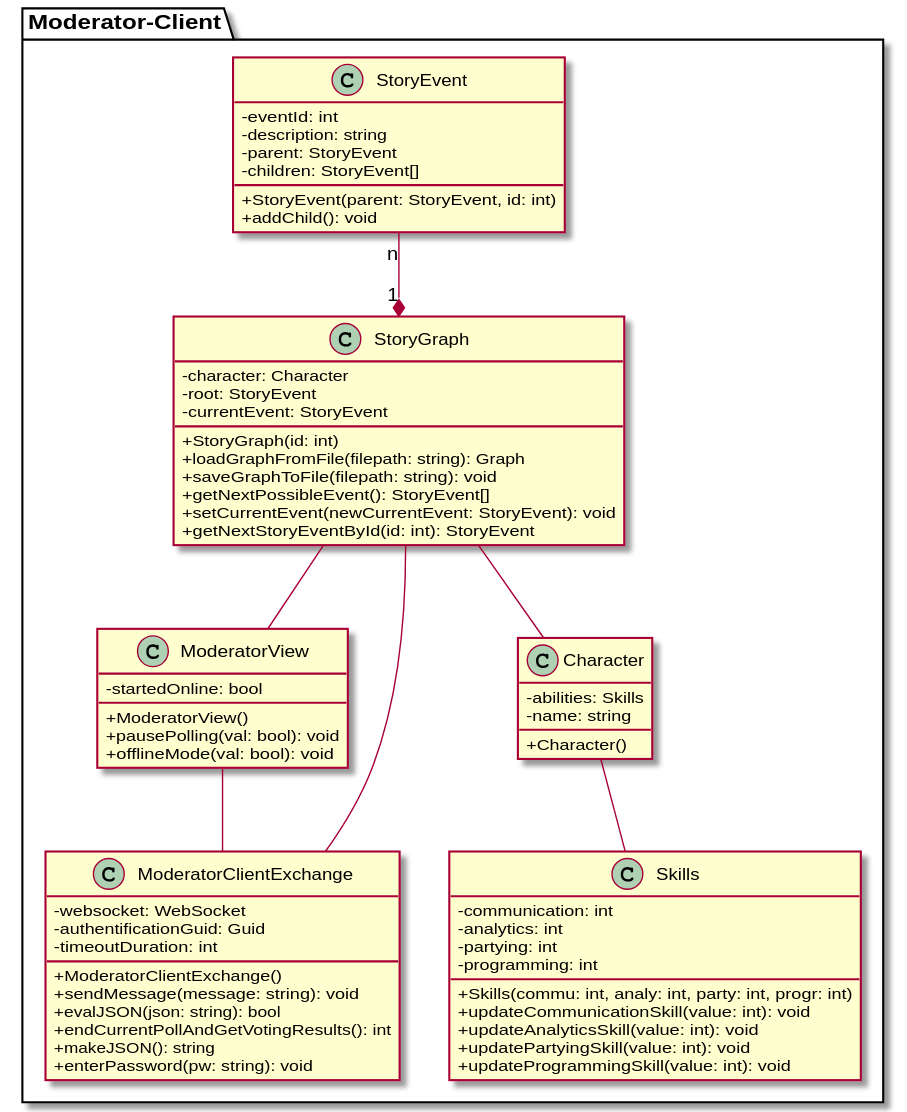
Above: Docs/Technical Specifications/docs/diagrams/ClassDiagrams/ModeratorClientClassDiagram.svg in Brotenko/QualityQuest (PlantUML), before the change. The source it was exported from:
```plantuml
@startuml
skinparam classAttributeIconSize 0

package "Moderator-Client" {

  class StoryEvent {
    {field} -eventId: int
    {field} -description: string
    {field} -parent: StoryEvent
    {field} -children: StoryEvent[]
    {method} +StoryEvent(parent: StoryEvent, id: int)
    {method} +addChild(): void
  }

  class StoryGraph {
    {field} -character: Character
    {field} -root: StoryEvent
    {field} -currentEvent: StoryEvent
    {method} +StoryGraph(id: int)
    {method} +loadGraphFromFile(filepath: string): Graph
    {method} +saveGraphToFile(filepath: string): void
    {method} +getNextPossibleEvent(): StoryEvent[]
    {method} +setCurrentEvent(newCurrentEvent: StoryEvent): void
    {method} +getNextStoryEventById(id: int): StoryEvent
  }

  class "ModeratorView" as mf {
    {field} -startedOnline: bool
    {method} +ModeratorView()
    {method} +pausePolling(val: bool): void
    {method} +offlineMode(val: bool): void
  }

  class "ModeratorClientExchange" as mcei{
    {field} -websocket: WebSocket
    {field} -authentificationGuid: Guid
    {field} -timeoutDuration: int
    {method} +ModeratorClientExchange()
    {method} +sendMessage(message: string): void
    {method} +evalJSON(json: string): bool
    {method} +endCurrentPollAndGetVotingResults(): int
    {method} +makeJSON(): string
    {method} +enterPassword(pw: string): void
  }

  class Skills {
    {field} -communication: int
    {field} -analytics: int
    {field} -partying: int
    {field} -programming: int
    {method} + Skills(commu: int, analy: int, party: int, progr: int)
    {method} + updateCommunicationSkill(value: int): void
    {method} + updateAnalyticsSkill(value: int): void
    {method} + updatePartyingSkill(value: int): void
    {method} + updateProgrammingSkill(value: int): void
  }

  class Character {
    {field} -abilities: Skills
    {field} -name: string
    {method} +Character()
  }

  StoryEvent "n" --* "1" StoryGraph
  StoryGraph -- mf
  StoryGraph -- Character
  Character -- Skills
  mf -- mcei
  StoryGraph --- mcei
}
@enduml
```
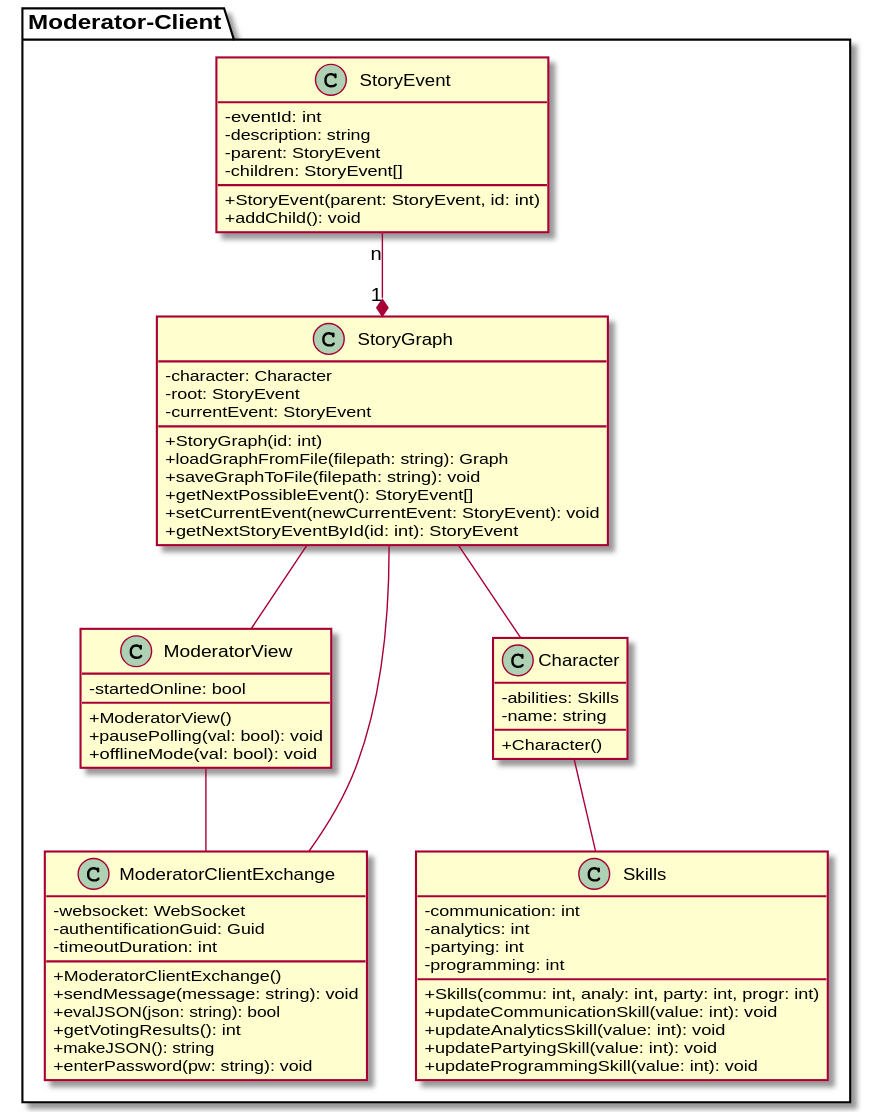
The same file after the commit.

Commit message:
optimized Class Diagramm

Change to the diagram source:
```diff
@@ -38,7 +38,7 @@
     {method} +ModeratorClientExchange()
     {method} +sendMessage(message: string): void
     {method} +evalJSON(json: string): bool
-    {method} +endCurrentPollAndGetVotingResults(): int
+    {method} +getVotingResults(): int
     {method} +makeJSON(): string
     {method} +enterPassword(pw: string): void
   }
```
